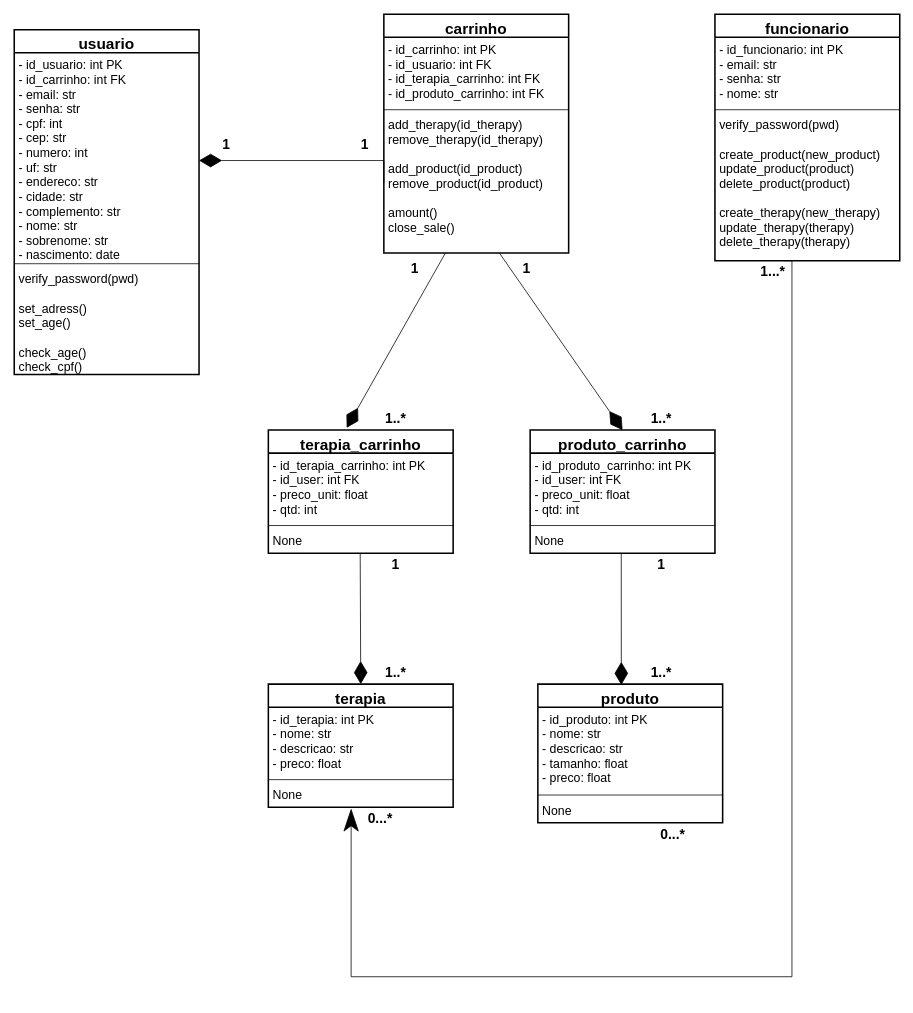
Before: Documents/UML-Diagramas.drawio in terrotar/OPE, a draw.io diagram. Source tidied: cells renumbered, new cells numbered last; positions are measured from the earlier drawing's top-left corner, leaving out a move shared by most shapes. Both pictures are drawn from the tidied source at 77%, with x=0, y=0 at pixel (14, 14).
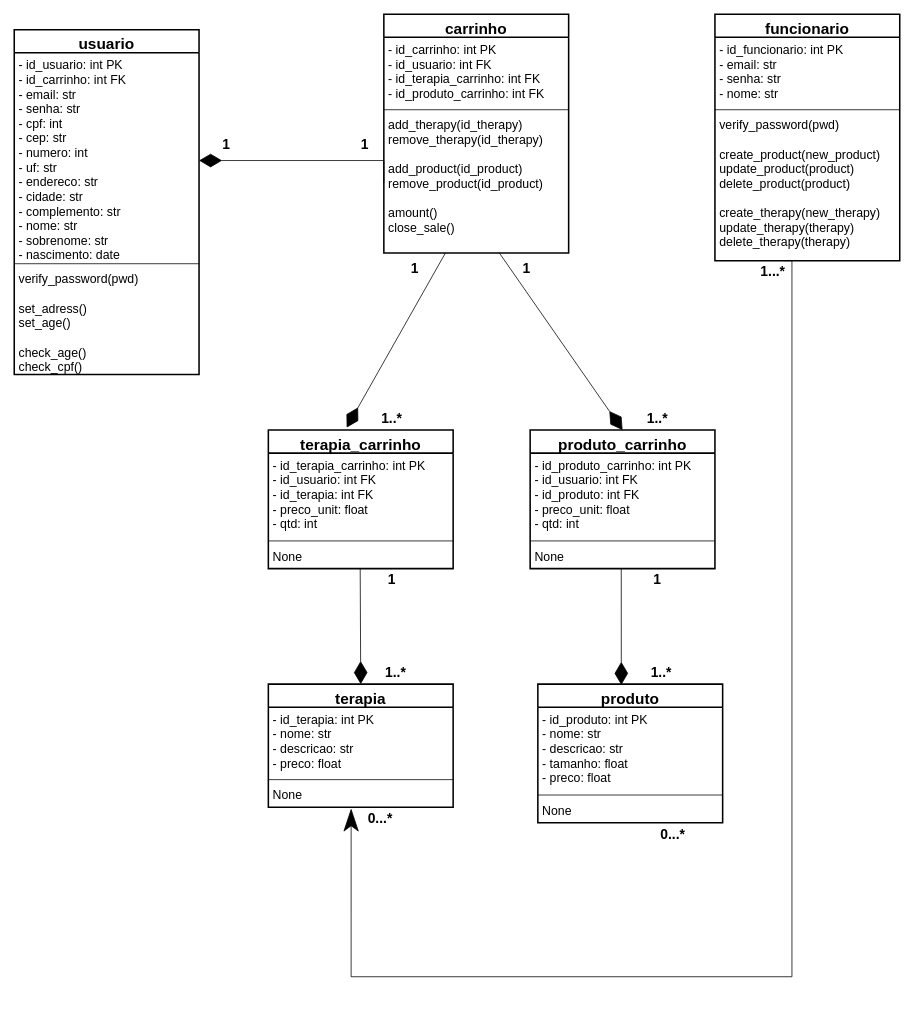
Above is the later version.

Commit message (it also covers changes not shown here):
Corrigido UML(faltando id_produto e id_terapia como FK nas tabelas auxiliares para acessar as mesmas) e colunas estavam como id_user foram alteradas para id_usuario.

Change to the diagram source:
```diff
@@
     <mxCell id="19" value="terapia_carrinho" style="swimlane;fontStyle=1;align=center;verticalAlign=top;horizontal=1;startSize=30;strokeWidth=2;fontSize=20;" parent="1" vertex="1">
-      <mxGeometry x="330" y="540" width="240" height="160" as="geometry" />
+      <mxGeometry x="330" y="540" width="240" height="180" as="geometry" />
     </mxCell>
-    <mxCell id="20" value="- id_terapia_carrinho: int PK&#10;- id_user: int FK&#10;- preco_unit: float&#10;- qtd: int&#10;" style="text;strokeColor=none;fillColor=none;align=left;verticalAlign=top;spacingLeft=4;spacingRight=4;overflow=hidden;fontSize=16;" parent="19" vertex="1">
-      <mxGeometry y="30" width="240" height="90" as="geometry" />
+    <mxCell id="20" value="- id_terapia_carrinho: int PK&#10;- id_usuario: int FK&#10;- id_terapia: int FK&#10;- preco_unit: float&#10;- qtd: int&#10;" style="text;strokeColor=none;fillColor=none;align=left;verticalAlign=top;spacingLeft=4;spacingRight=4;overflow=hidden;fontSize=16;" parent="19" vertex="1">
+      <mxGeometry y="30" width="240" height="110" as="geometry" />
     </mxCell>
     <mxCell id="21" style="line;strokeWidth=1;fillColor=none;align=left;verticalAlign=middle;spacingTop=-1;spacingLeft=3;spacingRight=3;labelPosition=right;" parent="19" vertex="1">
-      <mxGeometry y="120" width="240" height="8" as="geometry" />
+      <mxGeometry y="140" width="240" height="8" as="geometry" />
     </mxCell>
     <mxCell id="22" value="None" style="text;strokeColor=none;fillColor=none;align=left;verticalAlign=top;spacingLeft=4;spacingRight=4;overflow=hidden;points=[[0,0.5],[1,0.5]];portConstraint=eastwest;fontSize=16;" parent="19" vertex="1">
-      <mxGeometry y="128" width="240" height="32" as="geometry" />
+      <mxGeometry y="148" width="240" height="32" as="geometry" />
     </mxCell>
     <mxCell id="23" value="produto_carrinho" style="swimlane;fontStyle=1;align=center;verticalAlign=top;horizontal=1;startSize=30;strokeWidth=2;fontSize=20;" parent="1" vertex="1">
-      <mxGeometry x="670" y="540" width="240" height="160" as="geometry" />
+      <mxGeometry x="670" y="540" width="240" height="180" as="geometry" />
     </mxCell>
-    <mxCell id="24" value="- id_produto_carrinho: int PK&#10;- id_user: int FK&#10;- preco_unit: float&#10;- qtd: int" style="text;strokeColor=none;fillColor=none;align=left;verticalAlign=top;spacingLeft=4;spacingRight=4;overflow=hidden;fontSize=16;" parent="23" vertex="1">
-      <mxGeometry y="30" width="240" height="90" as="geometry" />
+    <mxCell id="24" value="- id_produto_carrinho: int PK&#10;- id_usuario: int FK&#10;- id_produto: int FK&#10;- preco_unit: float&#10;- qtd: int" style="text;strokeColor=none;fillColor=none;align=left;verticalAlign=top;spacingLeft=4;spacingRight=4;overflow=hidden;fontSize=16;" parent="23" vertex="1">
+      <mxGeometry y="30" width="240" height="110" as="geometry" />
     </mxCell>
     <mxCell id="25" style="line;strokeWidth=1;fillColor=none;align=left;verticalAlign=middle;spacingTop=-1;spacingLeft=3;spacingRight=3;labelPosition=right;" parent="23" vertex="1">
-      <mxGeometry y="120" width="240" height="8" as="geometry" />
+      <mxGeometry y="140" width="240" height="8" as="geometry" />
     </mxCell>
     <mxCell id="26" value="None" style="text;strokeColor=none;fillColor=none;align=left;verticalAlign=top;spacingLeft=4;spacingRight=4;overflow=hidden;points=[[0,0.5],[1,0.5]];portConstraint=eastwest;fontSize=16;" parent="23" vertex="1">
-      <mxGeometry y="128" width="240" height="32" as="geometry" />
+      <mxGeometry y="148" width="240" height="32" as="geometry" />
     </mxCell>
@@
     <mxCell id="38" value="1" style="text;html=1;align=center;verticalAlign=middle;strokeColor=none;fillColor=none;fontSize=18;fontStyle=1;" parent="1" vertex="1">
-      <mxGeometry x="480" y="700" width="30" height="30" as="geometry" />
+      <mxGeometry x="475" y="720" width="30" height="30" as="geometry" />
     </mxCell>
     <mxCell id="39" value="1" style="text;html=1;align=center;verticalAlign=middle;strokeColor=none;fillColor=none;fontSize=18;fontStyle=1;" parent="1" vertex="1">
-      <mxGeometry x="825" y="700" width="30" height="30" as="geometry" />
+      <mxGeometry x="820" y="720" width="30" height="30" as="geometry" />
     </mxCell>
@@
     <mxCell id="43" value="1..*" style="text;html=1;align=center;verticalAlign=middle;strokeColor=none;fillColor=none;fontSize=18;fontStyle=1;" parent="1" vertex="1">
-      <mxGeometry x="475" y="510" width="40" height="30" as="geometry" />
+      <mxGeometry x="470" y="510" width="40" height="30" as="geometry" />
     </mxCell>
     <mxCell id="44" value="1..*" style="text;html=1;align=center;verticalAlign=middle;strokeColor=none;fillColor=none;fontSize=18;fontStyle=1;" parent="1" vertex="1">
-      <mxGeometry x="820" y="510" width="40" height="30" as="geometry" />
+      <mxGeometry x="815" y="510" width="40" height="30" as="geometry" />
     </mxCell>
```
